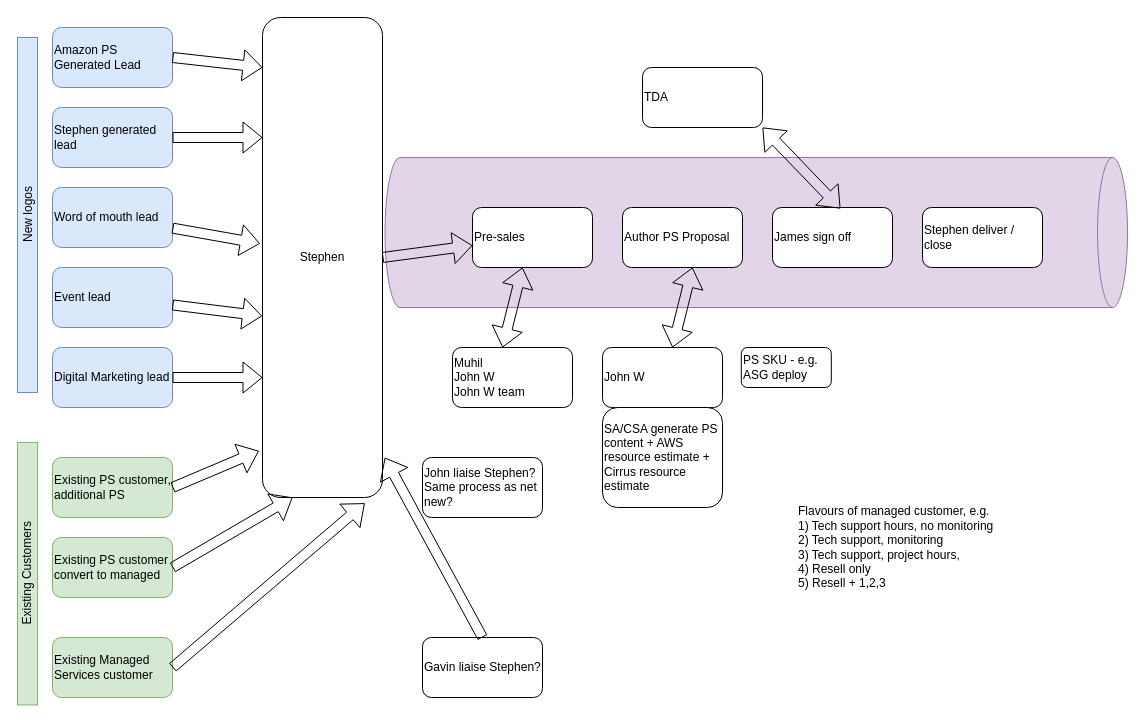
Earlier version of the draw.io diagram page "Sales Funnel" (1 of 4) of Processes.drawio (taupoali/awsdiagrams). Source tidied: cells renumbered, new cells numbered last; positions are measured from the earlier drawing's top-left corner, leaving out a move shared by most shapes. Both pictures are drawn from the tidied source at 100%, with x=0, y=0 at pixel (-150, -139).
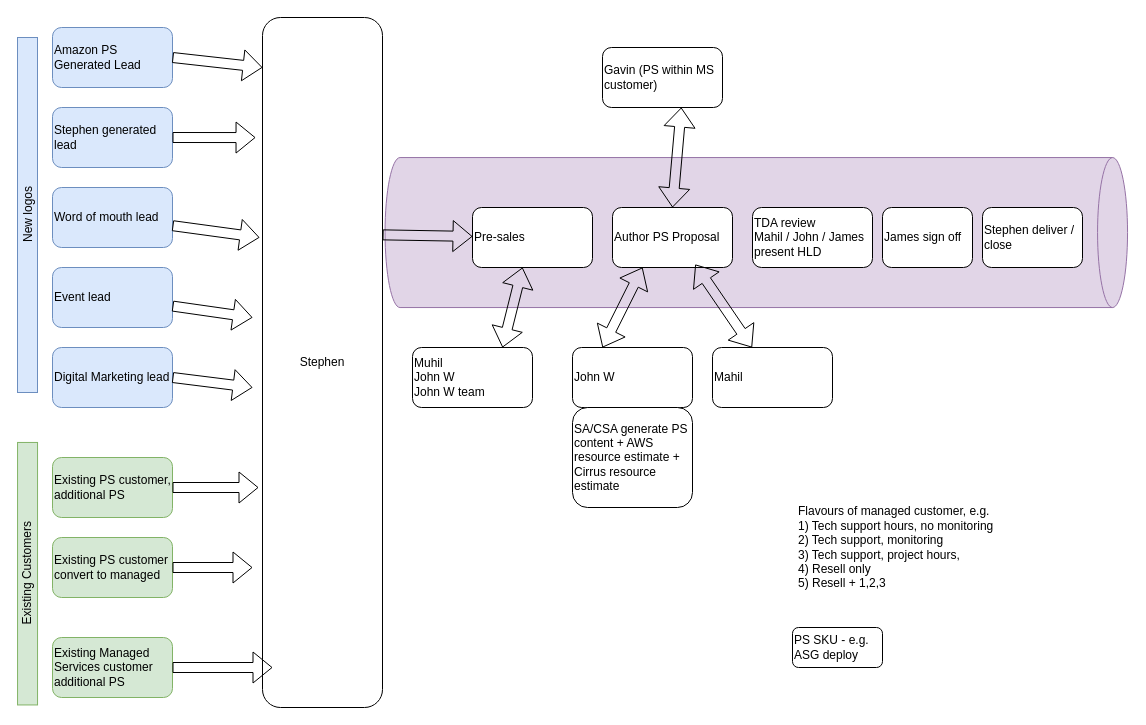
The same page after the edit.

Unchanged cells that the change refers to:
```xml
<mxCell id="4" value="Stephen generated lead" style="rounded=1;whiteSpace=wrap;html=1;align=left;fillColor=#dae8fc;strokeColor=#6c8ebf;" parent="1" vertex="1">
  <mxGeometry x="202" y="246" width="120" height="60" as="geometry" />
</mxCell>
<mxCell id="6" value="Word of mouth lead" style="rounded=1;whiteSpace=wrap;html=1;align=left;fillColor=#dae8fc;strokeColor=#6c8ebf;" parent="1" vertex="1">
  <mxGeometry x="202" y="326" width="120" height="60" as="geometry" />
</mxCell>
<mxCell id="7" value="Event lead" style="rounded=1;whiteSpace=wrap;html=1;align=left;fillColor=#dae8fc;strokeColor=#6c8ebf;" parent="1" vertex="1">
  <mxGeometry x="202" y="406" width="120" height="60" as="geometry" />
</mxCell>
<mxCell id="11" value="Existing PS customer, additional PS" style="rounded=1;whiteSpace=wrap;html=1;align=left;fillColor=#d5e8d4;strokeColor=#82b366;" parent="1" vertex="1">
  <mxGeometry x="202" y="596" width="120" height="60" as="geometry" />
</mxCell>
<mxCell id="12" value="Pre-sales" style="rounded=1;whiteSpace=wrap;html=1;align=left;" parent="1" vertex="1">
  <mxGeometry x="622" y="346" width="120" height="60" as="geometry" />
</mxCell>
<mxCell id="29" value="Existing PS customer convert to managed" style="rounded=1;whiteSpace=wrap;html=1;align=left;fillColor=#d5e8d4;strokeColor=#82b366;" parent="1" vertex="1">
  <mxGeometry x="202" y="676" width="120" height="60" as="geometry" />
</mxCell>
```

Diff of the diagram source:
```diff
@@
     <mxCell id="9" value="Stephen" style="rounded=1;whiteSpace=wrap;html=1;align=center;" parent="1" vertex="1">
-      <mxGeometry x="412" y="156" width="120" height="480" as="geometry" />
+      <mxGeometry x="412" y="156" width="120" height="690" as="geometry" />
     </mxCell>
-    <mxCell id="10" value="Existing Managed Services customer" style="rounded=1;whiteSpace=wrap;html=1;align=left;fillColor=#d5e8d4;strokeColor=#82b366;" parent="1" vertex="1">
+    <mxCell id="10" value="Existing Managed Services customer additional PS" style="rounded=1;whiteSpace=wrap;html=1;align=left;fillColor=#d5e8d4;strokeColor=#82b366;" parent="1" vertex="1">
       <mxGeometry x="202" y="776" width="120" height="60" as="geometry" />
     </mxCell>
@@
     <mxCell id="13" value="Author PS Proposal" style="rounded=1;whiteSpace=wrap;html=1;align=left;" parent="1" vertex="1">
-      <mxGeometry x="772" y="346" width="120" height="60" as="geometry" />
+      <mxGeometry x="762" y="346" width="120" height="60" as="geometry" />
     </mxCell>
     <mxCell id="14" value="John W" style="rounded=1;whiteSpace=wrap;html=1;align=left;" parent="1" vertex="1">
-      <mxGeometry x="752" y="486" width="120" height="60" as="geometry" />
+      <mxGeometry x="722" y="486" width="120" height="60" as="geometry" />
     </mxCell>
     <mxCell id="15" value="James sign off" style="rounded=1;whiteSpace=wrap;html=1;align=left;" parent="1" vertex="1">
-      <mxGeometry x="922" y="346" width="120" height="60" as="geometry" />
+      <mxGeometry x="1032" y="346" width="90" height="60" as="geometry" />
     </mxCell>
-    <mxCell id="16" style="shape=flexArrow;endArrow=classic;html=1;exitX=1;exitY=0.5;exitDx=0;exitDy=0;entryX=0.852;entryY=1.012;entryDx=0;entryDy=0;entryPerimeter=0;" parent="1" edge="1" source="10" target="9">
-      <mxGeometry relative="1" as="geometry" />
+    <mxCell id="16" style="shape=flexArrow;endArrow=classic;html=1;exitX=1;exitY=0.5;exitDx=0;exitDy=0;" parent="1" edge="1" source="10">
+      <mxGeometry relative="1" as="geometry">
+        <mxPoint x="422" y="806" as="targetPoint" />
+      </mxGeometry>
     </mxCell>
-    <mxCell id="17" style="shape=flexArrow;endArrow=classic;html=1;exitX=1;exitY=0.5;exitDx=0;exitDy=0;entryX=-0.03;entryY=0.903;entryDx=0;entryDy=0;entryPerimeter=0;" parent="1" edge="1" source="11" target="9">
-      <mxGeometry relative="1" as="geometry" />
+    <mxCell id="17" style="shape=flexArrow;endArrow=classic;html=1;exitX=1;exitY=0.5;exitDx=0;exitDy=0;" parent="1" edge="1" source="11">
+      <mxGeometry relative="1" as="geometry">
+        <mxPoint x="408" y="626" as="targetPoint" />
+      </mxGeometry>
     </mxCell>
-    <mxCell id="18" style="shape=flexArrow;endArrow=classic;html=1;exitX=1;exitY=0.5;exitDx=0;exitDy=0;entryX=0;entryY=0.75;entryDx=0;entryDy=0;" parent="1" edge="1" target="9">
+    <mxCell id="18" style="shape=flexArrow;endArrow=classic;html=1;exitX=1;exitY=0.5;exitDx=0;exitDy=0;" parent="1" edge="1">
       <mxGeometry relative="1" as="geometry">
         <mxPoint x="322" y="516" as="sourcePoint" />
+        <mxPoint x="402" y="526" as="targetPoint" />
       </mxGeometry>
     </mxCell>
     <mxCell id="19" value="Stephen deliver / close" style="rounded=1;whiteSpace=wrap;html=1;align=left;" parent="1" vertex="1">
-      <mxGeometry x="1072" y="346" width="120" height="60" as="geometry" />
+      <mxGeometry x="1132" y="346" width="100" height="60" as="geometry" />
     </mxCell>
-    <mxCell id="20" style="shape=flexArrow;endArrow=classic;html=1;entryX=-0.003;entryY=0.622;entryDx=0;entryDy=0;entryPerimeter=0;" parent="1" edge="1" source="7" target="9">
-      <mxGeometry relative="1" as="geometry" />
+    <mxCell id="20" style="shape=flexArrow;endArrow=classic;html=1;" parent="1" edge="1" source="7">
+      <mxGeometry relative="1" as="geometry">
+        <mxPoint x="402" y="456" as="targetPoint" />
+      </mxGeometry>
     </mxCell>
-    <mxCell id="21" style="shape=flexArrow;endArrow=classic;html=1;entryX=-0.021;entryY=0.471;entryDx=0;entryDy=0;entryPerimeter=0;" parent="1" edge="1" source="6" target="9">
-      <mxGeometry relative="1" as="geometry" />
+    <mxCell id="21" style="shape=flexArrow;endArrow=classic;html=1;" parent="1" edge="1" source="6">
+      <mxGeometry relative="1" as="geometry">
+        <mxPoint x="409" y="376" as="targetPoint" />
+      </mxGeometry>
     </mxCell>
-    <mxCell id="22" value="Gavin liaise Stephen?&lt;br&gt;" style="rounded=1;whiteSpace=wrap;html=1;align=left;" parent="1" vertex="1">
-      <mxGeometry x="572" y="776" width="120" height="60" as="geometry" />
+    <mxCell id="22" value="Gavin (PS within MS customer)" style="rounded=1;whiteSpace=wrap;html=1;align=left;" parent="1" vertex="1">
+      <mxGeometry x="752" y="186" width="120" height="60" as="geometry" />
     </mxCell>
-    <mxCell id="23" value="John liaise Stephen?Same process as net new?" style="rounded=1;whiteSpace=wrap;html=1;align=left;" parent="1" vertex="1">
-      <mxGeometry x="572" y="596" width="120" height="60" as="geometry" />
-    </mxCell>
-    <mxCell id="24" style="shape=flexArrow;endArrow=classic;html=1;exitX=0.5;exitY=0;exitDx=0;exitDy=0;entryX=1.019;entryY=0.917;entryDx=0;entryDy=0;entryPerimeter=0;" parent="1" edge="1" source="22" target="9">
-      <mxGeometry relative="1" as="geometry" />
-    </mxCell>
-    <mxCell id="25" style="shape=flexArrow;endArrow=classic;html=1;entryX=0;entryY=0.25;entryDx=0;entryDy=0;exitX=1;exitY=0.5;exitDx=0;exitDy=0;" parent="1" edge="1" source="4" target="9">
+    <mxCell id="25" style="shape=flexArrow;endArrow=classic;html=1;entryX=-0.058;entryY=0.174;entryDx=0;entryDy=0;exitX=1;exitY=0.5;exitDx=0;exitDy=0;entryPerimeter=0;" parent="1" edge="1" source="4" target="9">
       <mxGeometry relative="1" as="geometry" />
     </mxCell>
-    <mxCell id="26" value="TDA" style="rounded=1;whiteSpace=wrap;html=1;align=left;" parent="1" vertex="1">
-      <mxGeometry x="792" y="206" width="120" height="60" as="geometry" />
+    <mxCell id="26" value="Mahil" style="rounded=1;whiteSpace=wrap;html=1;align=left;" parent="1" vertex="1">
+      <mxGeometry x="862" y="486" width="120" height="60" as="geometry" />
     </mxCell>
@@
-    <mxCell id="28" style="shape=flexArrow;endArrow=classic;html=1;exitX=1;exitY=0.5;exitDx=0;exitDy=0;" parent="1" edge="1" source="9" target="12">
+    <mxCell id="28" style="shape=flexArrow;endArrow=classic;html=1;exitX=1.001;exitY=0.315;exitDx=0;exitDy=0;exitPerimeter=0;" parent="1" edge="1" source="9" target="12">
       <mxGeometry relative="1" as="geometry" />
     </mxCell>
@@
-    <mxCell id="31" style="shape=flexArrow;endArrow=classic;startArrow=classic;html=1;exitX=0.566;exitY=0.017;exitDx=0;exitDy=0;entryX=1;entryY=1;entryDx=0;entryDy=0;exitPerimeter=0;" parent="1" edge="1" source="15" target="26">
-      <mxGeometry relative="1" as="geometry" />
-    </mxCell>
-    <mxCell id="32" style="shape=flexArrow;endArrow=classic;startArrow=classic;html=1;exitX=0.75;exitY=0;exitDx=0;exitDy=0;entryX=0.75;entryY=1;entryDx=0;entryDy=0;" parent="1" edge="1">
-      <mxGeometry relative="1" as="geometry">
-        <mxPoint x="822" y="486" as="sourcePoint" />
-        <mxPoint x="842" y="406" as="targetPoint" />
-      </mxGeometry>
+    <mxCell id="32" style="shape=flexArrow;endArrow=classic;startArrow=classic;html=1;exitX=0.25;exitY=0;exitDx=0;exitDy=0;entryX=0.25;entryY=1;entryDx=0;entryDy=0;" parent="1" edge="1" source="14" target="13">
+      <mxGeometry relative="1" as="geometry" />
     </mxCell>
     <mxCell id="33" value="SA/CSA generate PS content + AWS resource estimate + Cirrus resource estimate" style="rounded=1;whiteSpace=wrap;html=1;align=left;" parent="1" vertex="1">
-      <mxGeometry x="752" y="546" width="120" height="100" as="geometry" />
+      <mxGeometry x="722" y="546" width="120" height="100" as="geometry" />
     </mxCell>
@@
-    <mxCell id="35" style="shape=flexArrow;endArrow=classic;html=1;exitX=1;exitY=0.5;exitDx=0;exitDy=0;entryX=0.25;entryY=1;entryDx=0;entryDy=0;" parent="1" edge="1" source="29" target="9">
-      <mxGeometry relative="1" as="geometry" />
+    <mxCell id="35" style="shape=flexArrow;endArrow=classic;html=1;exitX=1;exitY=0.5;exitDx=0;exitDy=0;" parent="1" edge="1" source="29">
+      <mxGeometry relative="1" as="geometry">
+        <mxPoint x="402" y="706" as="targetPoint" />
+      </mxGeometry>
     </mxCell>
     <mxCell id="36" value="Muhil&lt;br&gt;John W&lt;br&gt;John W team" style="rounded=1;whiteSpace=wrap;html=1;align=left;" parent="1" vertex="1">
-      <mxGeometry x="602" y="486" width="120" height="60" as="geometry" />
+      <mxGeometry x="562" y="486" width="120" height="60" as="geometry" />
     </mxCell>
@@
     <mxCell id="38" value="PS SKU - e.g. ASG deploy" style="rounded=1;whiteSpace=wrap;html=1;align=left;" parent="1" vertex="1">
-      <mxGeometry x="890.8" y="486" width="90" height="40" as="geometry" />
+      <mxGeometry x="942" y="766" width="90" height="40" as="geometry" />
     </mxCell>
+    <mxCell id="39" value="TDA review&lt;br&gt;Mahil / John / James present HLD" style="rounded=1;whiteSpace=wrap;html=1;align=left;" parent="1" vertex="1">
+      <mxGeometry x="902" y="346" width="120" height="60" as="geometry" />
+    </mxCell>
+    <mxCell id="40" style="shape=flexArrow;endArrow=classic;startArrow=classic;html=1;entryX=0.69;entryY=0.95;entryDx=0;entryDy=0;entryPerimeter=0;" parent="1" edge="1" source="26" target="13">
+      <mxGeometry relative="1" as="geometry" />
+    </mxCell>
+    <mxCell id="41" style="shape=flexArrow;endArrow=classic;startArrow=classic;html=1;exitX=0.5;exitY=0;exitDx=0;exitDy=0;entryX=0.25;entryY=1;entryDx=0;entryDy=0;" parent="1" edge="1" source="13">
+      <mxGeometry relative="1" as="geometry">
+        <mxPoint x="830.8" y="246" as="targetPoint" />
+      </mxGeometry>
+    </mxCell>
```
